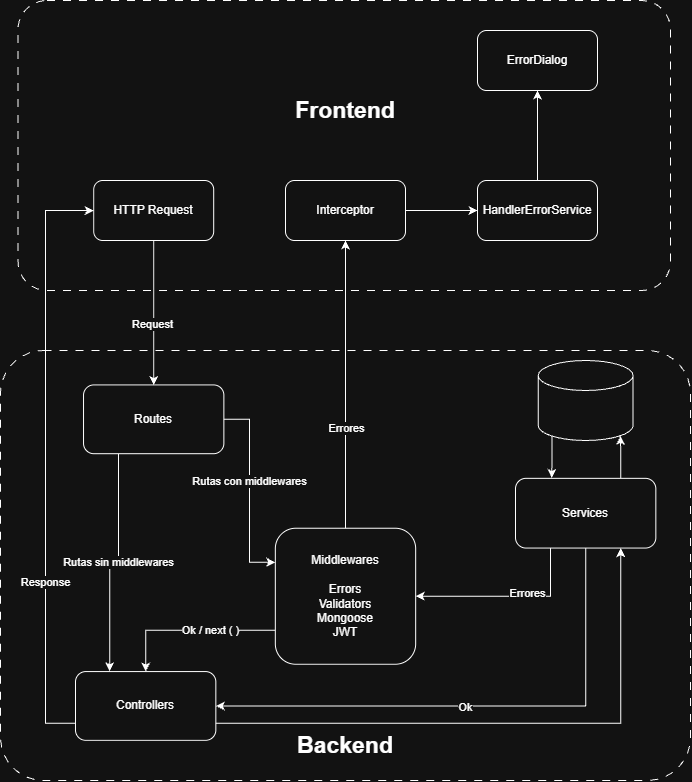
Diplomatura-Full-Stack-Developer/Node-TFI-Backend keeps this draw.io diagram as assets/images/ManejoDeErrores.png. Above is the earlier version. Source tidied: cells renumbered, new cells last; positions are measured from the earlier drawing's top-left corner, leaving out a move shared by most shapes.
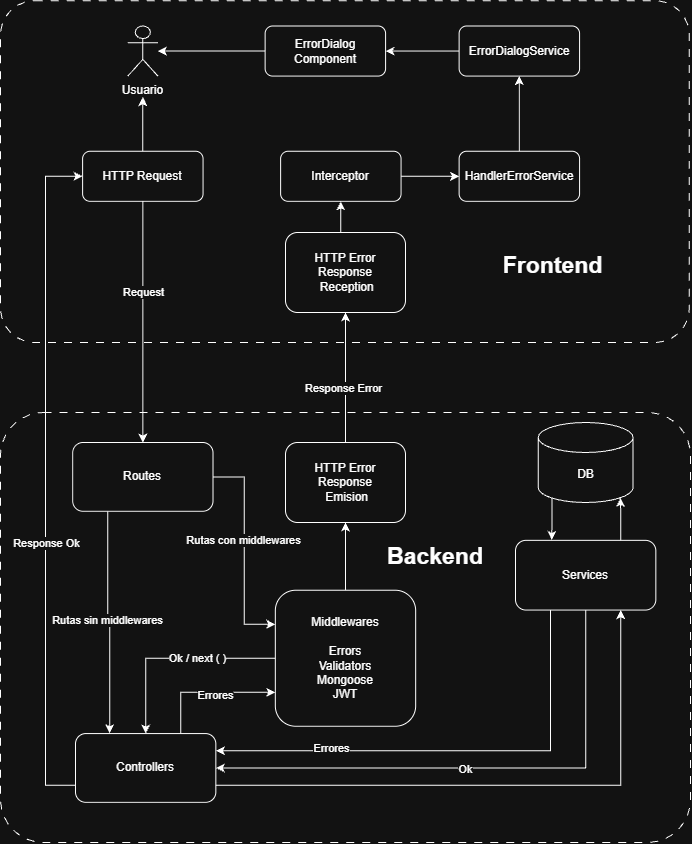
After the commit.

Commit message:
Update user validation schema and image asset

- Improved email validation message for clarity in user validation schema.
- Enhanced password validation message for better user guidance.
- Updated the ManejoDeErrores.png image asset to reflect recent changes in error handling.

Diff of the diagram source:
```diff
@@ -5,109 +5,148 @@
     <mxCell id="2" style="rounded=1;whiteSpace=wrap;html=1;dashed=1;dashPattern=8 8;arcSize=10;" parent="1" vertex="1">
       <mxGeometry y="350" width="690" height="430" as="geometry" />
     </mxCell>
-    <mxCell id="3" style="edgeStyle=orthogonalEdgeStyle;rounded=0;jettySize=auto;html=1;exitX=1;exitY=0.75;exitDx=0;exitDy=0;entryX=0.75;entryY=1;entryDx=0;entryDy=0;" parent="2" edge="1" source="4" target="12">
+    <mxCell id="3" style="edgeStyle=orthogonalEdgeStyle;rounded=0;jettySize=auto;html=1;exitX=1;exitY=0.75;exitDx=0;exitDy=0;entryX=0.75;entryY=1;entryDx=0;entryDy=0;" parent="2" edge="1" source="6" target="15">
       <mxGeometry relative="1" as="geometry" />
     </mxCell>
-    <mxCell id="4" value="Controllers" style="rounded=1;whiteSpace=wrap;html=1;" parent="2" vertex="1">
-      <mxGeometry x="75" y="321.1" width="140.3" height="68.8" as="geometry" />
+    <mxCell id="4" style="edgeStyle=orthogonalEdgeStyle;rounded=0;jettySize=auto;html=1;exitX=0.75;exitY=0;exitDx=0;exitDy=0;entryX=0;entryY=0.75;entryDx=0;entryDy=0;defaultLabelBackgroundColor=page;" parent="2" edge="1" source="6" target="10">
+      <mxGeometry relative="1" as="geometry" />
     </mxCell>
-    <mxCell id="5" style="edgeStyle=orthogonalEdgeStyle;rounded=0;jettySize=auto;html=1;exitX=0;exitY=0.75;exitDx=0;exitDy=0;entryX=0.5;entryY=0;entryDx=0;entryDy=0;" parent="2" edge="1" source="7" target="4">
-      <mxGeometry relative="1" as="geometry" />
+    <mxCell id="5" value="Errores" style="edgeLabel;html=1;align=center;verticalAlign=middle;inheritText=1;defaultLabelBackgroundColor=page;" parent="4" vertex="1">
+      <mxGeometry x="0.11" y="-3" relative="1" as="geometry" />
     </mxCell>
-    <mxCell id="6" value="Ok / next ( )" style="edgeLabel;html=1;align=center;verticalAlign=middle;points=[];" parent="5" vertex="1">
-      <mxGeometry x="-0.24" relative="1" as="geometry" />
+    <mxCell id="6" value="Controllers" style="rounded=1;whiteSpace=wrap;html=1;" parent="2" vertex="1">
+      <mxGeometry x="75" y="321.1" width="140.3" height="68.8" as="geometry" />
     </mxCell>
-    <mxCell id="7" value="Middlewares&lt;div&gt;&lt;br&gt;&lt;/div&gt;&lt;div&gt;Errors&lt;/div&gt;&lt;div&gt;Validators&lt;/div&gt;&lt;div&gt;Mongoose&lt;/div&gt;&lt;div&gt;JWT&lt;/div&gt;" style="rounded=1;whiteSpace=wrap;html=1;" parent="2" vertex="1">
-      <mxGeometry x="274.8" y="177.7" width="140.3" height="136.1" as="geometry" />
+    <mxCell id="7" style="edgeStyle=orthogonalEdgeStyle;rounded=0;jettySize=auto;html=1;exitX=0;exitY=0.5;exitDx=0;exitDy=0;entryX=0.5;entryY=0;entryDx=0;entryDy=0;" parent="2" edge="1" source="10" target="6">
+      <mxGeometry relative="1" as="geometry" />
     </mxCell>
-    <mxCell id="8" style="edgeStyle=orthogonalEdgeStyle;rounded=0;jettySize=auto;html=1;exitX=0.25;exitY=1;exitDx=0;exitDy=0;entryX=1;entryY=0.5;entryDx=0;entryDy=0;" parent="2" edge="1" source="12" target="7">
-      <mxGeometry relative="1" as="geometry" />
+    <mxCell id="8" value="Ok / next ( )" style="edgeLabel;html=1;align=center;verticalAlign=middle;" parent="7" vertex="1">
+      <mxGeometry x="-0.24" relative="1" as="geometry" />
     </mxCell>
-    <mxCell id="9" value="Errores" style="edgeLabel;html=1;align=center;verticalAlign=middle;" parent="8" vertex="1">
-      <mxGeometry x="-0.21" y="-3" relative="1" as="geometry" />
+    <mxCell id="9" style="edgeStyle=orthogonalEdgeStyle;rounded=0;jettySize=auto;html=1;exitX=0.5;exitY=0;exitDx=0;exitDy=0;entryX=0.5;entryY=1;entryDx=0;entryDy=0;defaultLabelBackgroundColor=page;" parent="2" edge="1" source="10" target="25">
+      <mxGeometry relative="1" as="geometry" />
     </mxCell>
-    <mxCell id="10" style="edgeStyle=orthogonalEdgeStyle;rounded=0;jettySize=auto;html=1;exitX=0.5;exitY=1;exitDx=0;exitDy=0;entryX=1;entryY=0.5;entryDx=0;entryDy=0;" parent="2" edge="1" source="12" target="4">
-      <mxGeometry relative="1" as="geometry" />
+    <mxCell id="10" value="Middlewares&lt;div&gt;&lt;br&gt;&lt;/div&gt;&lt;div&gt;Errors&lt;/div&gt;&lt;div&gt;Validators&lt;/div&gt;&lt;div&gt;Mongoose&lt;/div&gt;&lt;div&gt;JWT&lt;/div&gt;" style="rounded=1;whiteSpace=wrap;html=1;" parent="2" vertex="1">
+      <mxGeometry x="274.8" y="177.7" width="140.3" height="136.1" as="geometry" />
     </mxCell>
-    <mxCell id="11" value="Ok" style="edgeLabel;html=1;align=center;verticalAlign=middle;" parent="10" vertex="1">
-      <mxGeometry x="0.06" y="1" relative="1" as="geometry" />
+    <mxCell id="11" style="edgeStyle=orthogonalEdgeStyle;rounded=0;jettySize=auto;html=1;exitX=0.25;exitY=1;exitDx=0;exitDy=0;entryX=1;entryY=0.25;entryDx=0;entryDy=0;" parent="2" edge="1" source="15" target="6">
+      <mxGeometry relative="1" as="geometry" />
     </mxCell>
-    <mxCell id="12" value="Services" style="rounded=1;whiteSpace=wrap;html=1;" parent="2" vertex="1">
-      <mxGeometry x="515" y="127.8" width="140.3" height="69.7" as="geometry" />
+    <mxCell id="12" value="Errores" style="edgeLabel;html=1;align=center;verticalAlign=middle;points=[];" parent="11" vertex="1">
+      <mxGeometry x="-0.21" y="-3" relative="1" as="geometry">
+        <mxPoint x="-172" as="offset" />
+      </mxGeometry>
     </mxCell>
-    <mxCell id="13" style="edgeStyle=orthogonalEdgeStyle;rounded=0;jettySize=auto;html=1;entryX=0;entryY=0.25;entryDx=0;entryDy=0;" parent="2" edge="1" source="17" target="7">
+    <mxCell id="13" style="edgeStyle=orthogonalEdgeStyle;rounded=0;jettySize=auto;html=1;exitX=0.5;exitY=1;exitDx=0;exitDy=0;entryX=1;entryY=0.5;entryDx=0;entryDy=0;" parent="2" edge="1" source="15" target="6">
       <mxGeometry relative="1" as="geometry" />
     </mxCell>
-    <mxCell id="14" value="Rutas con middlewares" style="edgeLabel;html=1;align=center;verticalAlign=middle;" parent="13" vertex="1">
-      <mxGeometry x="-0.11" y="-1" relative="1" as="geometry" />
+    <mxCell id="14" value="Ok" style="edgeLabel;html=1;align=center;verticalAlign=middle;" parent="13" vertex="1">
+      <mxGeometry x="0.06" y="1" relative="1" as="geometry" />
     </mxCell>
-    <mxCell id="15" style="edgeStyle=orthogonalEdgeStyle;rounded=0;jettySize=auto;html=1;exitX=0.25;exitY=1;exitDx=0;exitDy=0;entryX=0.244;entryY=-0.004;entryDx=0;entryDy=0;entryPerimeter=0;" parent="2" edge="1" source="17" target="4">
-      <mxGeometry relative="1" as="geometry" />
+    <mxCell id="15" value="Services" style="rounded=1;whiteSpace=wrap;html=1;" parent="2" vertex="1">
+      <mxGeometry x="515" y="127.8" width="140.3" height="69.7" as="geometry" />
     </mxCell>
-    <mxCell id="16" value="Rutas sin middlewares" style="edgeLabel;html=1;align=center;verticalAlign=middle;" parent="15" vertex="1">
-      <mxGeometry x="-0.03" y="-1" relative="1" as="geometry" />
+    <mxCell id="16" style="edgeStyle=orthogonalEdgeStyle;rounded=0;jettySize=auto;html=1;entryX=0;entryY=0.25;entryDx=0;entryDy=0;" parent="2" edge="1" source="20" target="10">
+      <mxGeometry relative="1" as="geometry" />
     </mxCell>
-    <mxCell id="17" value="Routes" style="rounded=1;whiteSpace=wrap;html=1;" parent="2" vertex="1">
-      <mxGeometry x="83" y="34.4" width="140.3" height="68.8" as="geometry" />
+    <mxCell id="17" value="Rutas con middlewares" style="edgeLabel;html=1;align=center;verticalAlign=middle;points=[];" parent="16" vertex="1">
+      <mxGeometry x="-0.11" y="-1" relative="1" as="geometry" />
     </mxCell>
-    <mxCell id="18" style="shape=cylinder3;whiteSpace=wrap;html=1;boundedLbl=1;backgroundOutline=1;size=15;" parent="2" vertex="1">
-      <mxGeometry x="537.8" y="10" width="94.8" height="80" as="geometry" />
+    <mxCell id="18" style="edgeStyle=orthogonalEdgeStyle;rounded=0;jettySize=auto;html=1;exitX=0.25;exitY=1;exitDx=0;exitDy=0;entryX=0.244;entryY=-0.004;entryDx=0;entryDy=0;entryPerimeter=0;" parent="2" edge="1" source="20" target="6">
+      <mxGeometry relative="1" as="geometry" />
     </mxCell>
-    <mxCell id="19" style="edgeStyle=orthogonalEdgeStyle;rounded=0;jettySize=auto;html=1;exitX=0.75;exitY=0;exitDx=0;exitDy=0;entryX=0.867;entryY=0.942;entryDx=0;entryDy=0;entryPerimeter=0;" parent="2" edge="1" source="12" target="18">
-      <mxGeometry relative="1" as="geometry" />
+    <mxCell id="19" value="Rutas sin middlewares" style="edgeLabel;html=1;align=center;verticalAlign=middle;" parent="18" vertex="1">
+      <mxGeometry x="-0.03" y="-1" relative="1" as="geometry" />
     </mxCell>
-    <mxCell id="20" style="edgeStyle=orthogonalEdgeStyle;rounded=0;jettySize=auto;html=1;exitX=0.145;exitY=1;exitDx=0;exitDy=-4.35;exitPerimeter=0;entryX=0.258;entryY=-0.006;entryDx=0;entryDy=0;entryPerimeter=0;" parent="2" edge="1" source="18" target="12">
-      <mxGeometry relative="1" as="geometry" />
+    <mxCell id="20" value="Routes" style="rounded=1;whiteSpace=wrap;html=1;" parent="2" vertex="1">
+      <mxGeometry x="72.2" y="30" width="140.3" height="68.8" as="geometry" />
     </mxCell>
-    <mxCell id="21" value="&lt;b&gt;&lt;font style=&quot;font-size: 23px;&quot;&gt;Backend&lt;/font&gt;&lt;/b&gt;" style="text;html=1;whiteSpace=wrap;strokeColor=none;fillColor=none;align=center;verticalAlign=middle;rounded=0;" parent="2" vertex="1">
-      <mxGeometry x="274.8" y="380" width="140.3" height="30" as="geometry" />
+    <mxCell id="21" value="DB" style="shape=cylinder3;whiteSpace=wrap;html=1;boundedLbl=1;backgroundOutline=1;size=15;" parent="2" vertex="1">
+      <mxGeometry x="537.8" y="10" width="94.8" height="80" as="geometry" />
     </mxCell>
-    <mxCell id="22" style="rounded=1;whiteSpace=wrap;html=1;dashed=1;dashPattern=8 8;arcSize=10;" parent="1" vertex="1">
-      <mxGeometry x="17.5" width="652.5" height="290" as="geometry" />
+    <mxCell id="22" style="edgeStyle=orthogonalEdgeStyle;rounded=0;jettySize=auto;html=1;exitX=0.75;exitY=0;exitDx=0;exitDy=0;entryX=0.867;entryY=0.942;entryDx=0;entryDy=0;entryPerimeter=0;" parent="2" edge="1" source="15" target="21">
+      <mxGeometry relative="1" as="geometry" />
     </mxCell>
-    <mxCell id="23" value="HTTP Request" style="rounded=1;whiteSpace=wrap;html=1;" parent="1" vertex="1">
-      <mxGeometry x="93.2" y="180" width="120" height="60" as="geometry" />
+    <mxCell id="23" style="edgeStyle=orthogonalEdgeStyle;rounded=0;jettySize=auto;html=1;exitX=0.145;exitY=1;exitDx=0;exitDy=-4.35;exitPerimeter=0;entryX=0.258;entryY=-0.006;entryDx=0;entryDy=0;entryPerimeter=0;" parent="2" edge="1" source="21" target="15">
+      <mxGeometry relative="1" as="geometry" />
     </mxCell>
-    <mxCell id="24" style="edgeStyle=orthogonalEdgeStyle;rounded=0;jettySize=auto;html=1;exitX=1;exitY=0.5;exitDx=0;exitDy=0;" parent="1" edge="1" source="25" target="27">
-      <mxGeometry relative="1" as="geometry" />
+    <mxCell id="24" value="&lt;b&gt;&lt;font style=&quot;font-size: 23px;&quot;&gt;Backend&lt;/font&gt;&lt;/b&gt;" style="text;html=1;whiteSpace=wrap;strokeColor=none;fillColor=none;align=center;verticalAlign=middle;rounded=0;" parent="2" vertex="1">
+      <mxGeometry x="365" y="129" width="140.3" height="30" as="geometry" />
     </mxCell>
-    <mxCell id="25" value="Interceptor" style="rounded=1;whiteSpace=wrap;html=1;" parent="1" vertex="1">
-      <mxGeometry x="285" y="180" width="120" height="60" as="geometry" />
+    <mxCell id="25" value="HTTP Error Response&lt;div&gt;&amp;nbsp;Emision&lt;/div&gt;" style="rounded=1;whiteSpace=wrap;html=1;roundedPerimeter=1;" parent="2" vertex="1">
+      <mxGeometry x="285" y="30" width="120" height="80" as="geometry" />
     </mxCell>
-    <mxCell id="26" style="edgeStyle=orthogonalEdgeStyle;rounded=0;jettySize=auto;html=1;exitX=0.5;exitY=0;exitDx=0;exitDy=0;entryX=0.5;entryY=1;entryDx=0;entryDy=0;" parent="1" edge="1" source="27" target="28">
-      <mxGeometry relative="1" as="geometry" />
+    <mxCell id="26" style="rounded=1;whiteSpace=wrap;html=1;dashed=1;dashPattern=8 8;arcSize=10;" parent="1" vertex="1">
+      <mxGeometry y="-61.8" width="688.7" height="341.8" as="geometry" />
     </mxCell>
-    <mxCell id="27" value="HandlerErrorService" style="rounded=1;whiteSpace=wrap;html=1;" parent="1" vertex="1">
-      <mxGeometry x="477" y="180" width="120" height="60" as="geometry" />
+    <mxCell id="27" style="edgeStyle=orthogonalEdgeStyle;rounded=0;jettySize=auto;html=1;exitX=0.5;exitY=0;exitDx=0;exitDy=0;defaultLabelBackgroundColor=page;" parent="1" edge="1" source="28" target="38">
+      <mxGeometry relative="1" as="geometry" />
     </mxCell>
-    <mxCell id="28" value="ErrorDialog" style="rounded=1;whiteSpace=wrap;html=1;" parent="1" vertex="1">
-      <mxGeometry x="477" y="30" width="120" height="60" as="geometry" />
+    <mxCell id="28" value="HTTP Request" style="rounded=1;whiteSpace=wrap;html=1;" parent="1" vertex="1">
+      <mxGeometry x="82.1" y="88.8" width="120.5" height="50.1" as="geometry" />
     </mxCell>
-    <mxCell id="29" value="&lt;b&gt;&lt;font style=&quot;font-size: 23px;&quot;&gt;Frontend&lt;/font&gt;&lt;/b&gt;" style="text;html=1;whiteSpace=wrap;strokeColor=none;fillColor=none;align=center;verticalAlign=middle;rounded=0;" parent="1" vertex="1">
-      <mxGeometry x="274.8" y="95" width="140.3" height="30" as="geometry" />
+    <mxCell id="29" style="edgeStyle=orthogonalEdgeStyle;rounded=0;jettySize=auto;html=1;exitX=1;exitY=0.5;exitDx=0;exitDy=0;" parent="1" edge="1" source="30" target="32">
+      <mxGeometry relative="1" as="geometry" />
     </mxCell>
-    <mxCell id="30" style="edgeStyle=orthogonalEdgeStyle;rounded=0;jettySize=auto;html=1;exitX=0.5;exitY=0;exitDx=0;exitDy=0;entryX=0.5;entryY=1;entryDx=0;entryDy=0;" parent="1" edge="1" source="7" target="25">
-      <mxGeometry relative="1" as="geometry" />
+    <mxCell id="30" value="Interceptor" style="rounded=1;whiteSpace=wrap;html=1;" parent="1" vertex="1">
+      <mxGeometry x="280.1" y="88.8" width="120.5" height="50.1" as="geometry" />
     </mxCell>
-    <mxCell id="31" value="Errores" style="edgeLabel;html=1;align=center;verticalAlign=middle;" parent="30" vertex="1">
-      <mxGeometry x="-0.3" relative="1" as="geometry" />
+    <mxCell id="31" style="edgeStyle=orthogonalEdgeStyle;rounded=0;jettySize=auto;html=1;exitX=0.5;exitY=0;exitDx=0;exitDy=0;entryX=0.5;entryY=1;entryDx=0;entryDy=0;" parent="1" edge="1" source="32" target="34">
+      <mxGeometry relative="1" as="geometry" />
     </mxCell>
-    <mxCell id="32" style="edgeStyle=orthogonalEdgeStyle;rounded=0;jettySize=auto;html=1;exitX=0.5;exitY=1;exitDx=0;exitDy=0;entryX=0.5;entryY=0;entryDx=0;entryDy=0;" parent="1" edge="1" source="23" target="17">
-      <mxGeometry relative="1" as="geometry" />
+    <mxCell id="32" value="HandlerErrorService" style="rounded=1;whiteSpace=wrap;html=1;" parent="1" vertex="1">
+      <mxGeometry x="458.6" y="88.8" width="120.5" height="50.1" as="geometry" />
     </mxCell>
-    <mxCell id="33" value="Request" style="edgeLabel;html=1;align=center;verticalAlign=middle;" parent="32" vertex="1">
-      <mxGeometry x="0.15" y="-2" relative="1" as="geometry" />
+    <mxCell id="33" style="edgeStyle=orthogonalEdgeStyle;rounded=0;jettySize=auto;html=1;exitX=0;exitY=0.5;exitDx=0;exitDy=0;entryX=1;entryY=0.5;entryDx=0;entryDy=0;defaultLabelBackgroundColor=page;" parent="1" edge="1" source="34" target="37">
+      <mxGeometry relative="1" as="geometry" />
     </mxCell>
-    <mxCell id="34" style="edgeStyle=orthogonalEdgeStyle;rounded=0;jettySize=auto;html=1;exitX=0;exitY=0.75;exitDx=0;exitDy=0;entryX=0;entryY=0.5;entryDx=0;entryDy=0;" parent="1" edge="1" source="4" target="23">
-      <mxGeometry relative="1" as="geometry">
-        <Array as="points">
-          <mxPoint x="45.1" y="722.6" />
-          <mxPoint x="45.1" y="210.1" />
-        </Array>
-      </mxGeometry>
+    <mxCell id="34" value="ErrorDialogService" style="rounded=1;whiteSpace=wrap;html=1;" parent="1" vertex="1">
+      <mxGeometry x="458.6" y="-36.5" width="120.5" height="50.1" as="geometry" />
     </mxCell>
-    <mxCell id="35" value="Response" style="edgeLabel;html=1;align=center;verticalAlign=middle;" parent="34" vertex="1">
-      <mxGeometry x="-0.42" y="1" relative="1" as="geometry" />
+    <mxCell id="35" value="&lt;b&gt;&lt;font style=&quot;font-size: 23px;&quot;&gt;Frontend&lt;/font&gt;&lt;/b&gt;" style="text;html=1;whiteSpace=wrap;strokeColor=none;fillColor=none;align=center;verticalAlign=middle;rounded=0;" parent="1" vertex="1">
+      <mxGeometry x="481.8" y="190" width="140.9" height="25.1" as="geometry" />
     </mxCell>
+    <mxCell id="36" style="edgeStyle=orthogonalEdgeStyle;rounded=0;jettySize=auto;html=1;exitX=0;exitY=0.5;exitDx=0;exitDy=0;defaultLabelBackgroundColor=page;" parent="1" edge="1" source="37" target="38">
+      <mxGeometry relative="1" as="geometry" />
+    </mxCell>
+    <mxCell id="37" value="ErrorDialog&lt;div&gt;Component&lt;/div&gt;" style="rounded=1;whiteSpace=wrap;html=1;roundedPerimeter=1;" parent="1" vertex="1">
+      <mxGeometry x="264.6" y="-36.5" width="120.5" height="50.1" as="geometry" />
+    </mxCell>
+    <mxCell id="38" value="Usuario" style="shape=umlActor;verticalLabelPosition=bottom;verticalAlign=top;html=1;outlineConnect=0;labelPerimeter=1;" parent="1" vertex="1">
+      <mxGeometry x="127.3" y="-36.5" width="30.1" height="50.1" as="geometry" />
+    </mxCell>
+    <mxCell id="39" style="edgeStyle=orthogonalEdgeStyle;rounded=0;jettySize=auto;html=1;exitX=0.5;exitY=1;exitDx=0;exitDy=0;entryX=0.5;entryY=0;entryDx=0;entryDy=0;" parent="1" edge="1" source="28" target="20">
+      <mxGeometry relative="1" as="geometry" />
+    </mxCell>
+    <mxCell id="40" value="Request" style="edgeLabel;html=1;align=center;verticalAlign=middle;" parent="39" vertex="1">
+      <mxGeometry x="0.15" y="-2" relative="1" as="geometry">
+        <mxPoint x="2" y="-48" as="offset" />
+      </mxGeometry>
+    </mxCell>
+    <mxCell id="41" style="edgeStyle=orthogonalEdgeStyle;rounded=0;jettySize=auto;html=1;exitX=0;exitY=0.75;exitDx=0;exitDy=0;entryX=0;entryY=0.5;entryDx=0;entryDy=0;" parent="1" edge="1" source="6" target="28">
+      <mxGeometry relative="1" as="geometry">
+        <Array as="points">
+          <mxPoint x="45.1" y="722.7" />
+          <mxPoint x="45.1" y="113.8" />
+        </Array>
+      </mxGeometry>
+    </mxCell>
+    <mxCell id="42" value="Response Ok" style="edgeLabel;html=1;align=center;verticalAlign=middle;" parent="41" vertex="1">
+      <mxGeometry x="-0.42" y="1" relative="1" as="geometry">
+        <mxPoint x="1" y="-76" as="offset" />
+      </mxGeometry>
+    </mxCell>
+    <mxCell id="43" style="edgeStyle=orthogonalEdgeStyle;rounded=0;jettySize=auto;html=1;exitX=0.5;exitY=0;exitDx=0;exitDy=0;entryX=0.5;entryY=1;entryDx=0;entryDy=0;defaultLabelBackgroundColor=page;" parent="1" edge="1" source="44" target="30">
+      <mxGeometry relative="1" as="geometry" />
+    </mxCell>
+    <mxCell id="44" value="HTTP Error Response&lt;div&gt;&amp;nbsp;Reception&lt;/div&gt;" style="rounded=1;whiteSpace=wrap;html=1;roundedPerimeter=1;" parent="1" vertex="1">
+      <mxGeometry x="285" y="170" width="120" height="80" as="geometry" />
+    </mxCell>
+    <mxCell id="45" style="edgeStyle=orthogonalEdgeStyle;rounded=0;jettySize=auto;html=1;exitX=0.5;exitY=0;exitDx=0;exitDy=0;entryX=0.5;entryY=1;entryDx=0;entryDy=0;defaultLabelBackgroundColor=page;" parent="1" edge="1" source="25" target="44">
+      <mxGeometry relative="1" as="geometry" />
+    </mxCell>
+    <mxCell id="46" value="Response Error" style="edgeLabel;html=1;align=center;verticalAlign=middle;inheritText=1;defaultLabelBackgroundColor=page;" parent="45" vertex="1">
+      <mxGeometry x="-0.15" y="3" relative="1" as="geometry" />
+    </mxCell>
   </root>
 </mxGraphModel>
```
